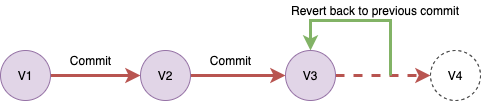
cybera/GithubIntroduction keeps this draw.io diagram as resources/Git.png. Above is the earlier version. Source tidied: cells renumbered, new cells last; positions are measured from the earlier drawing's top-left corner, leaving out a move shared by most shapes.
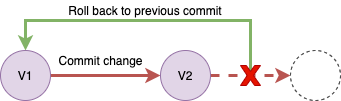
The same file after the commit.

Commit message:
modified git viz

Diff of the diagram source:
```diff
@@ -2,46 +2,38 @@
   <root>
     <mxCell id="0" />
     <mxCell id="1" parent="0" />
-    <mxCell id="2" style="edgeStyle=orthogonalEdgeStyle;rounded=0;jettySize=auto;html=1;exitX=1;exitY=0.5;exitDx=0;exitDy=0;entryX=0;entryY=0.5;entryDx=0;entryDy=0;fillColor=#f8cecc;strokeColor=#b85450;strokeWidth=3;" parent="1" edge="1" source="3" target="5">
+    <mxCell id="2" style="edgeStyle=orthogonalEdgeStyle;rounded=0;jettySize=auto;html=1;exitX=1;exitY=0.5;exitDx=0;exitDy=0;entryX=0;entryY=0.5;entryDx=0;entryDy=0;fillColor=#f8cecc;strokeColor=#b85450;strokeWidth=3;" parent="1" edge="1" source="3" target="7">
       <mxGeometry relative="1" as="geometry" />
     </mxCell>
     <mxCell id="3" value="V1" style="ellipse;whiteSpace=wrap;html=1;fillColor=#e1d5e7;strokeColor=#9673a6;" parent="1" vertex="1">
-      <mxGeometry y="50" width="50" height="50" as="geometry" />
+      <mxGeometry x="140" y="50" width="50" height="50" as="geometry" />
     </mxCell>
-    <mxCell id="4" style="edgeStyle=orthogonalEdgeStyle;rounded=0;jettySize=auto;html=1;exitX=1;exitY=0.5;exitDx=0;exitDy=0;entryX=0;entryY=0.5;entryDx=0;entryDy=0;fillColor=#f8cecc;strokeColor=#b85450;strokeWidth=3;" parent="1" edge="1" source="5" target="7">
-      <mxGeometry relative="1" as="geometry" />
-    </mxCell>
-    <mxCell id="5" value="V2" style="ellipse;whiteSpace=wrap;html=1;fillColor=#e1d5e7;strokeColor=#9673a6;" parent="1" vertex="1">
-      <mxGeometry x="140" y="50" width="50" height="50" as="geometry" />
-    </mxCell>
     <mxCell id="6" style="edgeStyle=orthogonalEdgeStyle;rounded=0;jettySize=auto;html=1;exitX=1;exitY=0.5;exitDx=0;exitDy=0;dashed=1;fillColor=#f8cecc;strokeColor=#b85450;strokeWidth=3;" parent="1" edge="1" source="7" target="9">
       <mxGeometry relative="1" as="geometry" />
     </mxCell>
-    <mxCell id="7" value="V3" style="ellipse;whiteSpace=wrap;html=1;fillColor=#e1d5e7;strokeColor=#9673a6;" parent="1" vertex="1">
-      <mxGeometry x="285" y="50" width="50" height="50" as="geometry" />
+    <mxCell id="7" value="V2" style="ellipse;whiteSpace=wrap;html=1;fillColor=#e1d5e7;strokeColor=#9673a6;" parent="1" vertex="1">
+      <mxGeometry x="300" y="50" width="50" height="50" as="geometry" />
     </mxCell>
-    <mxCell id="8" style="edgeStyle=orthogonalEdgeStyle;rounded=0;orthogonalLoop=1;jettySize=auto;html=1;fillColor=#d5e8d4;strokeColor=#82b366;strokeWidth=3;" parent="1" edge="1">
+    <mxCell id="8" style="edgeStyle=orthogonalEdgeStyle;rounded=0;jettySize=auto;html=1;fillColor=#d5e8d4;strokeColor=#82b366;strokeWidth=3;entryX=0.5;entryY=0;entryDx=0;entryDy=0;" parent="1" edge="1" target="3">
       <mxGeometry relative="1" as="geometry">
         <mxPoint x="390" y="75" as="sourcePoint" />
-        <mxPoint x="310" y="50" as="targetPoint" />
         <Array as="points">
-          <mxPoint x="390" y="50" />
           <mxPoint x="390" y="20" />
-          <mxPoint x="310" y="20" />
+          <mxPoint x="165" y="20" />
         </Array>
       </mxGeometry>
     </mxCell>
-    <mxCell id="9" value="V4" style="ellipse;whiteSpace=wrap;html=1;dashed=1;" parent="1" vertex="1">
+    <mxCell id="9" style="ellipse;whiteSpace=wrap;html=1;dashed=1;" parent="1" vertex="1">
       <mxGeometry x="430" y="50" width="50" height="50" as="geometry" />
     </mxCell>
-    <mxCell id="10" value="Revert back to previous commit" style="text;html=1;strokeColor=none;fillColor=none;align=center;verticalAlign=middle;whiteSpace=wrap;rounded=0;" parent="1" vertex="1">
-      <mxGeometry x="280" width="190" height="20" as="geometry" />
+    <mxCell id="10" value="Roll back to previous commit" style="text;html=1;strokeColor=none;fillColor=none;align=center;verticalAlign=middle;whiteSpace=wrap;rounded=0;" parent="1" vertex="1">
+      <mxGeometry x="190" width="190" height="20" as="geometry" />
     </mxCell>
-    <mxCell id="11" value="Commit" style="text;html=1;align=center;verticalAlign=middle;strokeColor=none;" parent="1" vertex="1">
-      <mxGeometry x="60" y="50" width="60" height="20" as="geometry" />
+    <mxCell id="11" value="Commit change" style="text;html=1;align=center;verticalAlign=middle;strokeColor=none;" parent="1" vertex="1">
+      <mxGeometry x="190" y="50" width="100" height="20" as="geometry" />
     </mxCell>
-    <mxCell id="12" value="Commit" style="text;html=1;align=center;verticalAlign=middle;strokeColor=none;" parent="1" vertex="1">
-      <mxGeometry x="200" y="50" width="60" height="20" as="geometry" />
-    </mxCell>
+    <mxCell id="13" style="verticalLabelPosition=bottom;verticalAlign=top;html=1;shape=mxgraph.basic.x;fillColor=#e51400;strokeColor=#B20000;fontColor=#ffffff;" parent="1" vertex="1">
+      <mxGeometry x="380" y="65" width="20" height="20" as="geometry" />
+    </mxCell>
   </root>
 </mxGraphModel>
```
